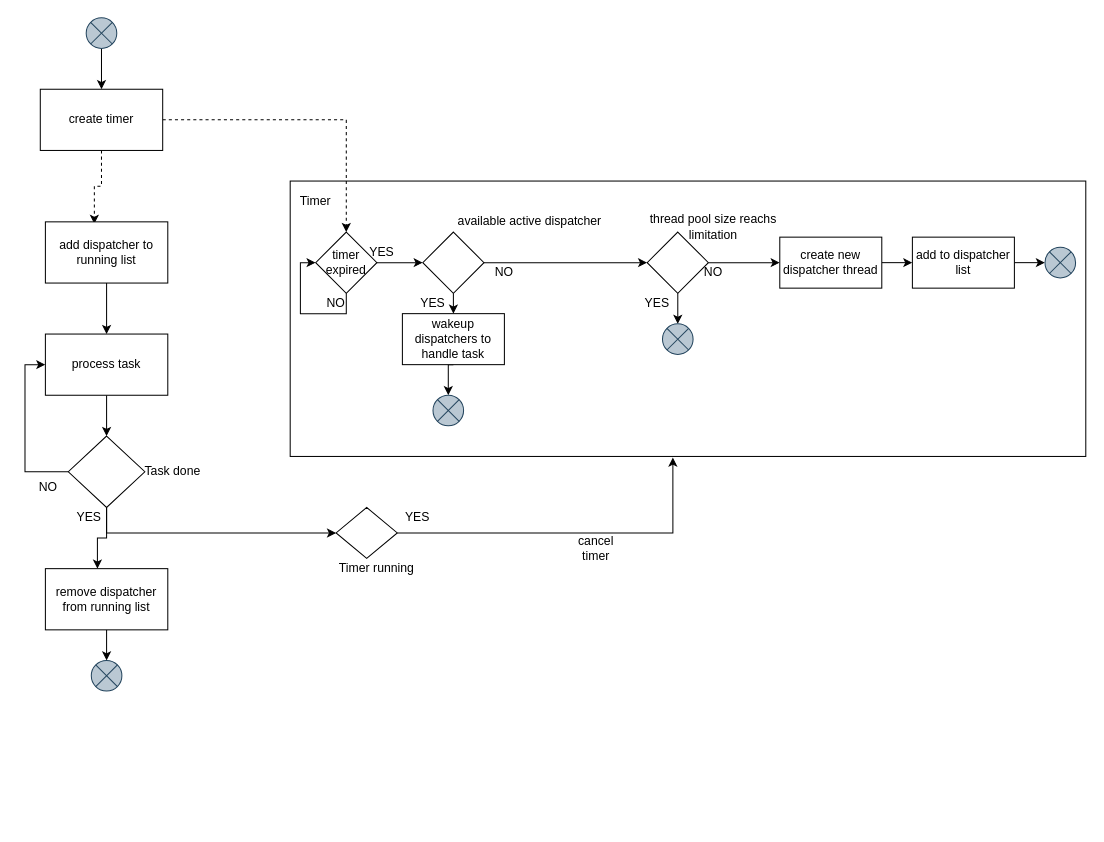
taikt/codefun keeps this draw.io diagram as page "dl_handletask" (7 of 9) of doc/SA cert/Design/performance.drawio. Above is the earlier version. Source tidied: cells renumbered, new cells numbered last; positions are measured from the earlier drawing's top-left corner, leaving out a move shared by most shapes. Both pictures are drawn from the tidied source at 102%, with x=0, y=0 at pixel (27, 17).
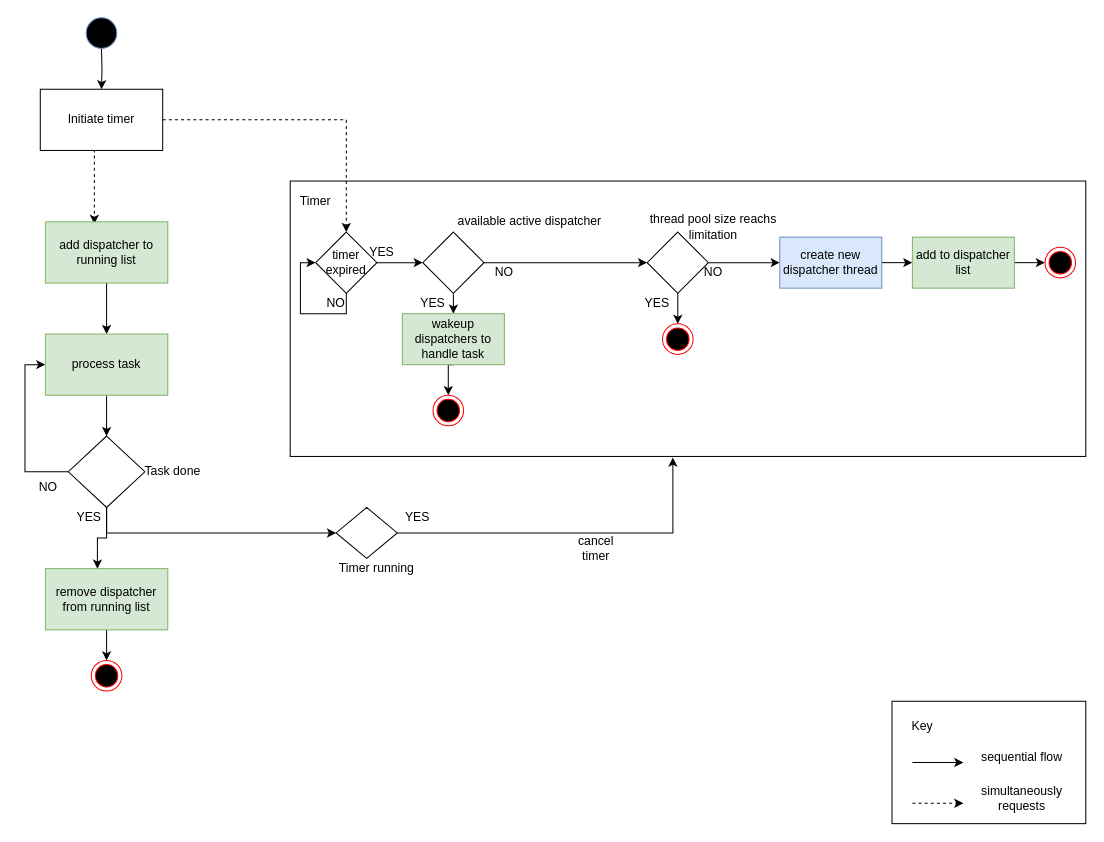
After the change.

Unchanged cells that the change refers to:
```xml
<mxCell id="39" style="rhombus;whiteSpace=wrap;html=1;" parent="1" vertex="1">
  <mxGeometry x="608" y="210" width="60" height="60" as="geometry" />
</mxCell>
```

Change to the diagram source:
```diff
@@
-    <mxCell id="2" style="edgeStyle=orthogonalEdgeStyle;rounded=0;jettySize=auto;html=1;exitX=0.5;exitY=1;exitDx=0;exitDy=0;entryX=0.5;entryY=0;entryDx=0;entryDy=0;" parent="1" edge="1" source="3" target="6">
-      <mxGeometry relative="1" as="geometry" />
+    <mxCell id="2" style="edgeStyle=orthogonalEdgeStyle;rounded=0;jettySize=auto;html=1;exitX=0.5;exitY=1;exitDx=0;exitDy=0;entryX=0.5;entryY=0;entryDx=0;entryDy=0;" parent="1" edge="1" target="6">
+      <mxGeometry relative="1" as="geometry">
+        <mxPoint x="73" y="30" as="sourcePoint" />
+      </mxGeometry>
     </mxCell>
-    <mxCell id="3" style="shape=sumEllipse;perimeter=ellipsePerimeter;whiteSpace=wrap;html=1;backgroundOutline=1;fillColor=#bac8d3;strokeColor=#23445d;" parent="1" vertex="1">
-      <mxGeometry x="58" width="30" height="30" as="geometry" />
-    </mxCell>
     <mxCell id="4" style="edgeStyle=orthogonalEdgeStyle;rounded=0;jettySize=auto;html=1;exitX=0.5;exitY=1;exitDx=0;exitDy=0;entryX=0.4;entryY=0.033;entryDx=0;entryDy=0;entryPerimeter=0;dashed=1;" parent="1" edge="1" source="6" target="8">
-      <mxGeometry relative="1" as="geometry" />
+      <mxGeometry relative="1" as="geometry">
+        <Array as="points">
+          <mxPoint x="66" y="130" />
+        </Array>
+      </mxGeometry>
     </mxCell>
@@
-    <mxCell id="6" value="create timer" style="rounded=0;whiteSpace=wrap;html=1;" parent="1" vertex="1">
+    <mxCell id="6" value="Initiate timer" style="rounded=0;whiteSpace=wrap;html=1;" parent="1" vertex="1">
       <mxGeometry x="13" y="70" width="120" height="60" as="geometry" />
     </mxCell>
@@
-    <mxCell id="8" value="add dispatcher to running list" style="rounded=0;whiteSpace=wrap;html=1;" parent="1" vertex="1">
+    <mxCell id="8" value="add dispatcher to running list" style="rounded=0;whiteSpace=wrap;html=1;fillColor=#d5e8d4;strokeColor=#82b366;" parent="1" vertex="1">
       <mxGeometry x="18" y="200" width="120" height="60" as="geometry" />
     </mxCell>
@@
-    <mxCell id="10" value="process task" style="rounded=0;whiteSpace=wrap;html=1;" parent="1" vertex="1">
+    <mxCell id="10" value="process task" style="rounded=0;whiteSpace=wrap;html=1;fillColor=#d5e8d4;strokeColor=#82b366;" parent="1" vertex="1">
       <mxGeometry x="18" y="310" width="120" height="60" as="geometry" />
     </mxCell>
@@
-    <mxCell id="23" style="edgeStyle=orthogonalEdgeStyle;rounded=0;jettySize=auto;html=1;exitX=0.5;exitY=1;exitDx=0;exitDy=0;entryX=0.5;entryY=0;entryDx=0;entryDy=0;" parent="1" edge="1" source="24" target="25">
-      <mxGeometry relative="1" as="geometry" />
+    <mxCell id="23" style="edgeStyle=orthogonalEdgeStyle;rounded=0;jettySize=auto;html=1;exitX=0.5;exitY=1;exitDx=0;exitDy=0;entryX=0.5;entryY=0;entryDx=0;entryDy=0;" parent="1" edge="1" source="24">
+      <mxGeometry relative="1" as="geometry">
+        <mxPoint x="78" y="630" as="targetPoint" />
+      </mxGeometry>
     </mxCell>
-    <mxCell id="24" value="remove dispatcher from running list" style="rounded=0;whiteSpace=wrap;html=1;" parent="1" vertex="1">
+    <mxCell id="24" value="remove dispatcher from running list" style="rounded=0;whiteSpace=wrap;html=1;fillColor=#d5e8d4;strokeColor=#82b366;" parent="1" vertex="1">
       <mxGeometry x="18" y="540" width="120" height="60" as="geometry" />
     </mxCell>
-    <mxCell id="25" style="shape=sumEllipse;perimeter=ellipsePerimeter;whiteSpace=wrap;html=1;backgroundOutline=1;fillColor=#bac8d3;strokeColor=#23445d;" parent="1" vertex="1">
-      <mxGeometry x="63" y="630" width="30" height="30" as="geometry" />
-    </mxCell>
@@
-    <mxCell id="32" style="edgeStyle=orthogonalEdgeStyle;rounded=0;jettySize=auto;html=1;exitX=0.5;exitY=1;exitDx=0;exitDy=0;entryX=0.5;entryY=0;entryDx=0;entryDy=0;" parent="1" edge="1" source="33" target="34">
-      <mxGeometry relative="1" as="geometry" />
+    <mxCell id="32" style="edgeStyle=orthogonalEdgeStyle;rounded=0;jettySize=auto;html=1;exitX=0.5;exitY=1;exitDx=0;exitDy=0;entryX=0.5;entryY=0;entryDx=0;entryDy=0;" parent="1" edge="1" source="33">
+      <mxGeometry relative="1" as="geometry">
+        <mxPoint x="413" y="370" as="targetPoint" />
+      </mxGeometry>
     </mxCell>
-    <mxCell id="33" value="wakeup dispatchers to handle task" style="rounded=0;whiteSpace=wrap;html=1;" parent="1" vertex="1">
+    <mxCell id="33" value="wakeup dispatchers to handle task" style="rounded=0;whiteSpace=wrap;html=1;fillColor=#d5e8d4;strokeColor=#82b366;" parent="1" vertex="1">
       <mxGeometry x="368" y="290" width="100" height="50" as="geometry" />
     </mxCell>
-    <mxCell id="34" style="shape=sumEllipse;perimeter=ellipsePerimeter;whiteSpace=wrap;html=1;backgroundOutline=1;fillColor=#bac8d3;strokeColor=#23445d;" parent="1" vertex="1">
-      <mxGeometry x="398" y="370" width="30" height="30" as="geometry" />
-    </mxCell>
@@
-    <mxCell id="38" style="edgeStyle=orthogonalEdgeStyle;rounded=0;jettySize=auto;html=1;exitX=0.5;exitY=1;exitDx=0;exitDy=0;entryX=0.5;entryY=0;entryDx=0;entryDy=0;" parent="1" edge="1" source="39" target="41">
-      <mxGeometry relative="1" as="geometry" />
+    <mxCell id="38" style="edgeStyle=orthogonalEdgeStyle;rounded=0;jettySize=auto;html=1;exitX=0.5;exitY=1;exitDx=0;exitDy=0;entryX=0.5;entryY=0;entryDx=0;entryDy=0;" parent="1" edge="1" source="39">
+      <mxGeometry relative="1" as="geometry">
+        <mxPoint x="638" y="300" as="targetPoint" />
+      </mxGeometry>
     </mxCell>
@@
-    <mxCell id="41" style="shape=sumEllipse;perimeter=ellipsePerimeter;whiteSpace=wrap;html=1;backgroundOutline=1;fillColor=#bac8d3;strokeColor=#23445d;" parent="1" vertex="1">
-      <mxGeometry x="623" y="300" width="30" height="30" as="geometry" />
-    </mxCell>
@@
-    <mxCell id="43" value="create new dispatcher thread" style="rounded=0;whiteSpace=wrap;html=1;" parent="1" vertex="1">
+    <mxCell id="43" value="create new dispatcher thread" style="rounded=0;whiteSpace=wrap;html=1;fillColor=#dae8fc;strokeColor=#6c8ebf;" parent="1" vertex="1">
       <mxGeometry x="738" y="215" width="100" height="50" as="geometry" />
     </mxCell>
-    <mxCell id="44" style="edgeStyle=orthogonalEdgeStyle;rounded=0;jettySize=auto;html=1;exitX=1;exitY=0.5;exitDx=0;exitDy=0;entryX=0;entryY=0.5;entryDx=0;entryDy=0;" parent="1" edge="1" source="45" target="46">
-      <mxGeometry relative="1" as="geometry" />
+    <mxCell id="44" style="edgeStyle=orthogonalEdgeStyle;rounded=0;jettySize=auto;html=1;exitX=1;exitY=0.5;exitDx=0;exitDy=0;entryX=0;entryY=0.5;entryDx=0;entryDy=0;" parent="1" edge="1" source="45">
+      <mxGeometry relative="1" as="geometry">
+        <mxPoint x="998" y="240" as="targetPoint" />
+      </mxGeometry>
     </mxCell>
-    <mxCell id="45" value="add to dispatcher list" style="rounded=0;whiteSpace=wrap;html=1;" parent="1" vertex="1">
+    <mxCell id="45" value="add to dispatcher list" style="rounded=0;whiteSpace=wrap;html=1;fillColor=#d5e8d4;strokeColor=#82b366;" parent="1" vertex="1">
       <mxGeometry x="868" y="215" width="100" height="50" as="geometry" />
     </mxCell>
-    <mxCell id="46" style="shape=sumEllipse;perimeter=ellipsePerimeter;whiteSpace=wrap;html=1;backgroundOutline=1;fillColor=#bac8d3;strokeColor=#23445d;" parent="1" vertex="1">
-      <mxGeometry x="998" y="225" width="30" height="30" as="geometry" />
-    </mxCell>
@@
+    <mxCell id="54" style="ellipse;whiteSpace=wrap;html=1;fillColor=#000000;strokeColor=#6c8ebf;" parent="1" vertex="1">
+      <mxGeometry x="58" width="30" height="30" as="geometry" />
+    </mxCell>
+    <mxCell id="55" style="ellipse;html=1;shape=endState;fillColor=#000000;strokeColor=#ff0000;" parent="1" vertex="1">
+      <mxGeometry x="63" y="630" width="30" height="30" as="geometry" />
+    </mxCell>
+    <mxCell id="56" style="ellipse;html=1;shape=endState;fillColor=#000000;strokeColor=#ff0000;" parent="1" vertex="1">
+      <mxGeometry x="623" y="300" width="30" height="30" as="geometry" />
+    </mxCell>
+    <mxCell id="57" style="ellipse;html=1;shape=endState;fillColor=#000000;strokeColor=#ff0000;" parent="1" vertex="1">
+      <mxGeometry x="998" y="225" width="30" height="30" as="geometry" />
+    </mxCell>
+    <mxCell id="58" style="ellipse;html=1;shape=endState;fillColor=#000000;strokeColor=#ff0000;" parent="1" vertex="1">
+      <mxGeometry x="398" y="370" width="30" height="30" as="geometry" />
+    </mxCell>
+    <mxCell id="59" style="rounded=0;whiteSpace=wrap;html=1;" parent="1" vertex="1">
+      <mxGeometry x="848" y="670" width="190" height="120" as="geometry" />
+    </mxCell>
+    <mxCell id="60" value="Key" style="text;html=1;strokeColor=none;fillColor=none;align=center;verticalAlign=middle;whiteSpace=wrap;rounded=0;" parent="1" vertex="1">
+      <mxGeometry x="848" y="680" width="60" height="30" as="geometry" />
+    </mxCell>
+    <mxCell id="61" style="endArrow=classic;html=1;rounded=0;entryX=1;entryY=1;entryDx=0;entryDy=0;dashed=1;" parent="1" edge="1">
+      <mxGeometry relative="1" as="geometry">
+        <mxPoint x="868" y="770" as="sourcePoint" />
+        <mxPoint x="918" y="770" as="targetPoint" />
+      </mxGeometry>
+    </mxCell>
+    <mxCell id="62" style="endArrow=classic;html=1;rounded=0;entryX=1;entryY=1;entryDx=0;entryDy=0;" parent="1" edge="1">
+      <mxGeometry relative="1" as="geometry">
+        <mxPoint x="868" y="730" as="sourcePoint" />
+        <mxPoint x="918" y="730" as="targetPoint" />
+      </mxGeometry>
+    </mxCell>
+    <mxCell id="63" value="sequential flow" style="text;html=1;strokeColor=none;fillColor=none;align=center;verticalAlign=middle;whiteSpace=wrap;rounded=0;" parent="1" vertex="1">
+      <mxGeometry x="928" y="710" width="95" height="30" as="geometry" />
+    </mxCell>
+    <mxCell id="64" value="simultaneously requests" style="text;html=1;strokeColor=none;fillColor=none;align=center;verticalAlign=middle;whiteSpace=wrap;rounded=0;" parent="1" vertex="1">
+      <mxGeometry x="928" y="750" width="95" height="30" as="geometry" />
+    </mxCell>
```
